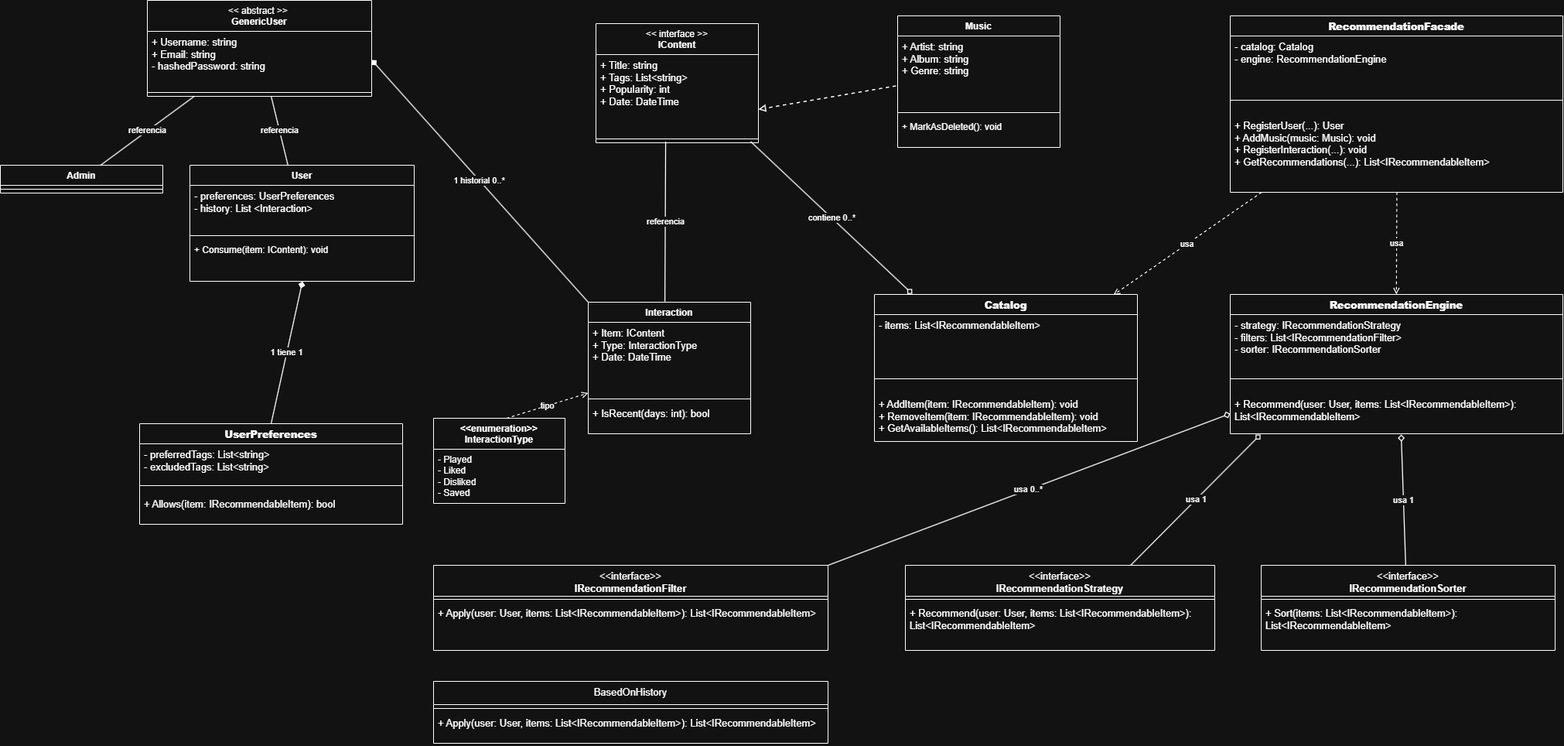
The draw.io diagram doc/UML.png in RodrigoQuincke/PII_Proyecto_2026_1, before a commit. Source tidied: cells renumbered, new cells last; positions are measured from the earlier drawing's top-left corner, leaving out a move shared by most shapes.
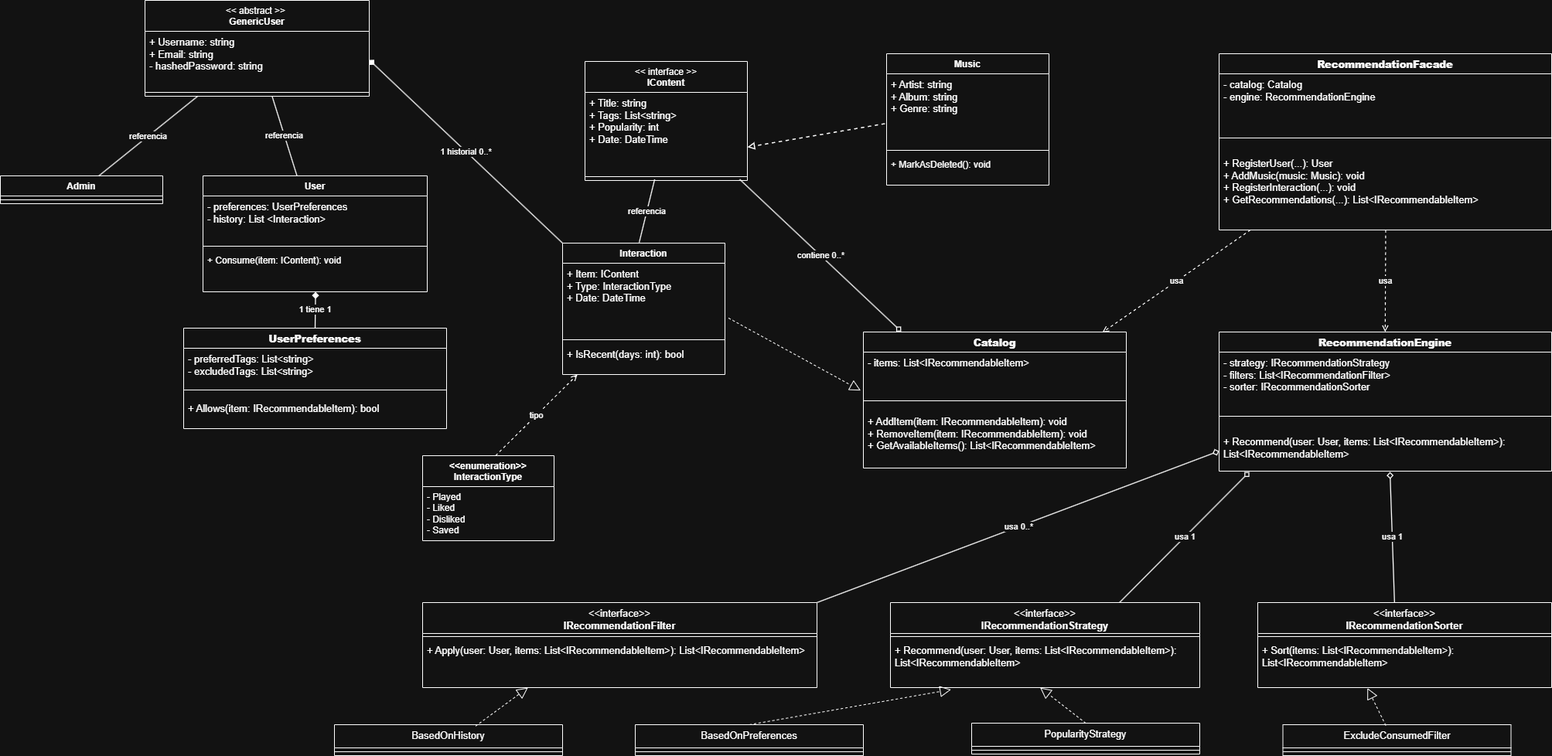
Later version of the same file.

Commit message:
se moficaron unas clases y el uml

Diff of the diagram source:
```diff
@@ -57,7 +57,7 @@
       <mxGeometry y="48" width="510" height="62" as="geometry" />
     </mxCell>
     <mxCell id="18" value="&lt;div style=&quot;font-size: 13px; font-weight: 400;&quot;&gt;&lt;div&gt;&amp;lt;&amp;lt;interface&amp;gt;&amp;gt;&lt;/div&gt;&lt;div&gt;&lt;b&gt;IRecommendationStrategy&lt;/b&gt;&lt;/div&gt;&lt;div&gt;&lt;b&gt;&lt;br&gt;&lt;/b&gt;&lt;/div&gt;&lt;/div&gt;" style="swimlane;fontStyle=1;align=center;verticalAlign=top;horizontal=1;startSize=40;whiteSpace=wrap;html=1;" parent="1" vertex="1">
-      <mxGeometry x="1170" y="730" width="400" height="110" as="geometry" />
+      <mxGeometry x="1165" y="730" width="400" height="110" as="geometry" />
     </mxCell>
     <mxCell id="19" style="line;strokeWidth=1;fillColor=none;align=left;verticalAlign=middle;spacingTop=-1;spacingLeft=3;spacingRight=3;labelPosition=right;strokeColor=inherit;" parent="18" vertex="1">
       <mxGeometry y="40" width="400" height="8" as="geometry" />
@@ -66,7 +66,7 @@
       <mxGeometry y="48" width="400" height="62" as="geometry" />
     </mxCell>
     <mxCell id="21" value="&lt;div style=&quot;font-size: 13px; font-weight: 400;&quot;&gt;&lt;div&gt;&lt;div&gt;&amp;lt;&amp;lt;interface&amp;gt;&amp;gt;&lt;/div&gt;&lt;div&gt;&lt;b&gt;IRecommendationSorter&lt;/b&gt;&lt;/div&gt;&lt;/div&gt;&lt;/div&gt;" style="swimlane;fontStyle=1;align=center;verticalAlign=top;horizontal=1;startSize=40;whiteSpace=wrap;html=1;" parent="1" vertex="1">
-      <mxGeometry x="1630" y="730" width="380" height="110" as="geometry" />
+      <mxGeometry x="1640" y="730" width="380" height="110" as="geometry" />
     </mxCell>
     <mxCell id="22" style="line;strokeWidth=1;fillColor=none;align=left;verticalAlign=middle;spacingTop=-1;spacingLeft=3;spacingRight=3;labelPosition=right;strokeColor=inherit;" parent="21" vertex="1">
       <mxGeometry y="40" width="380" height="8" as="geometry" />
@@ -111,19 +111,19 @@
       <mxGeometry y="130" width="210" height="40" as="geometry" />
     </mxCell>
     <mxCell id="36" value="&lt;b style=&quot;font-size: 13px;&quot;&gt;Catalog&lt;/b&gt;" style="swimlane;fontStyle=1;align=center;verticalAlign=top;horizontal=1;startSize=26;whiteSpace=wrap;html=1;" parent="1" vertex="1">
-      <mxGeometry x="1130" y="380" width="340" height="190" as="geometry" />
+      <mxGeometry x="1130" y="380" width="340" height="176" as="geometry" />
     </mxCell>
     <mxCell id="37" value="&lt;span style=&quot;font-size: 13px;&quot;&gt;- items: List&amp;lt;IRecommendableItem&amp;gt;&lt;/span&gt;" style="text;strokeColor=none;fillColor=none;align=left;verticalAlign=top;spacingLeft=4;spacingRight=4;overflow=hidden;points=[[0,0.5],[1,0.5]];portConstraint=eastwest;whiteSpace=wrap;html=1;" parent="36" vertex="1">
-      <mxGeometry y="26" width="340" height="64" as="geometry" />
+      <mxGeometry y="26" width="340" height="50" as="geometry" />
     </mxCell>
     <mxCell id="38" style="line;strokeWidth=1;fillColor=none;align=left;verticalAlign=middle;spacingTop=-1;spacingLeft=3;spacingRight=3;labelPosition=right;strokeColor=inherit;" parent="36" vertex="1">
-      <mxGeometry y="90" width="340" height="38" as="geometry" />
+      <mxGeometry y="76" width="340" height="26" as="geometry" />
     </mxCell>
     <mxCell id="39" value="&lt;span style=&quot;font-size: 13px;&quot;&gt;+ AddItem(item: IRecommendableItem): void&lt;/span&gt;&lt;br style=&quot;font-size: 13px;&quot;&gt;&lt;span style=&quot;font-size: 13px;&quot;&gt;+ RemoveItem(item: IRecommendableItem): void&lt;/span&gt;&lt;br style=&quot;font-size: 13px;&quot;&gt;&lt;span style=&quot;font-size: 13px;&quot;&gt;+ GetAvailableItems(): List&amp;lt;IRecommendableItem&amp;gt;&lt;/span&gt;" style="text;strokeColor=none;fillColor=none;align=left;verticalAlign=top;spacingLeft=4;spacingRight=4;overflow=hidden;whiteSpace=wrap;html=1;" parent="36" vertex="1">
-      <mxGeometry y="128" width="340" height="62" as="geometry" />
+      <mxGeometry y="102" width="340" height="74" as="geometry" />
     </mxCell>
     <mxCell id="40" value="Interaction" style="swimlane;fontStyle=1;align=center;verticalAlign=top;horizontal=1;startSize=26;whiteSpace=wrap;html=1;" parent="1" vertex="1">
-      <mxGeometry x="760" y="390" width="210" height="170" as="geometry" />
+      <mxGeometry x="741" y="265" width="210" height="170" as="geometry" />
     </mxCell>
     <mxCell id="41" value="&lt;span style=&quot;font-size: 13px;&quot;&gt;+ Item: IContent&lt;/span&gt;&lt;div&gt;&lt;span style=&quot;font-size: 13px;&quot;&gt;+ Type: InteractionType&lt;/span&gt;&lt;/div&gt;&lt;div&gt;&lt;span style=&quot;font-size: 13px;&quot;&gt;+ Date: DateTime&lt;/span&gt;&lt;/div&gt;" style="text;strokeColor=none;fillColor=none;align=left;verticalAlign=top;spacingLeft=4;spacingRight=4;overflow=hidden;points=[[0,0.5],[1,0.5]];portConstraint=eastwest;whiteSpace=wrap;html=1;" parent="40" vertex="1">
       <mxGeometry y="26" width="210" height="94" as="geometry" />
@@ -135,7 +135,7 @@
       <mxGeometry y="130" width="210" height="40" as="geometry" />
     </mxCell>
     <mxCell id="44" value="&lt;b style=&quot;font-size: 13px;&quot;&gt;UserPreferences&lt;/b&gt;" style="swimlane;fontStyle=1;align=center;verticalAlign=top;horizontal=1;startSize=26;whiteSpace=wrap;html=1;" parent="1" vertex="1">
-      <mxGeometry x="180" y="547" width="340" height="130" as="geometry" />
+      <mxGeometry x="251" y="375" width="340" height="130" as="geometry" />
     </mxCell>
     <mxCell id="45" value="&lt;span style=&quot;font-size: 13px;&quot;&gt;- preferredTags: List&amp;lt;string&amp;gt;&lt;/span&gt;&lt;br style=&quot;font-size: 13px;&quot;&gt;&lt;span style=&quot;font-size: 13px;&quot;&gt;- excludedTags: List&amp;lt;string&amp;gt;&lt;/span&gt;" style="text;strokeColor=none;fillColor=none;align=left;verticalAlign=top;spacingLeft=4;spacingRight=4;overflow=hidden;whiteSpace=wrap;html=1;" parent="44" vertex="1">
       <mxGeometry y="26" width="340" height="44" as="geometry" />
@@ -147,7 +147,7 @@
       <mxGeometry y="90" width="340" height="40" as="geometry" />
     </mxCell>
     <mxCell id="48" value="User" style="swimlane;fontStyle=1;align=center;verticalAlign=top;horizontal=1;startSize=26;whiteSpace=wrap;html=1;" parent="1" vertex="1">
-      <mxGeometry x="245" y="213" width="290" height="150" as="geometry" />
+      <mxGeometry x="276" y="178" width="290" height="150" as="geometry" />
     </mxCell>
     <mxCell id="49" value="&lt;span style=&quot;font-size: 13px;&quot;&gt;- preferences: UserPreferences&lt;/span&gt;&lt;br style=&quot;font-size: 13px;&quot;&gt;&lt;span style=&quot;font-size: 13px;&quot;&gt;- history: List &amp;lt;Interaction&amp;gt;&lt;/span&gt;" style="text;strokeColor=none;fillColor=none;align=left;verticalAlign=top;spacingLeft=4;spacingRight=4;overflow=hidden;whiteSpace=wrap;html=1;" parent="48" vertex="1">
       <mxGeometry y="26" width="290" height="60" as="geometry" />
@@ -159,7 +159,7 @@
       <mxGeometry y="96" width="290" height="54" as="geometry" />
     </mxCell>
     <mxCell id="52" value="&lt;span style=&quot;font-weight: normal;&quot;&gt;&amp;lt;&amp;lt; abstract &amp;gt;&amp;gt;&amp;nbsp;&lt;/span&gt;&lt;div&gt;GenericUser&lt;/div&gt;" style="swimlane;fontStyle=1;align=center;verticalAlign=top;horizontal=1;startSize=40;whiteSpace=wrap;html=1;" parent="1" vertex="1">
-      <mxGeometry x="190" width="290" height="124" as="geometry" />
+      <mxGeometry x="201" y="-49" width="290" height="124" as="geometry" />
     </mxCell>
     <mxCell id="53" value="&lt;span style=&quot;font-size: 13px;&quot;&gt;+ Username: string&lt;/span&gt;&lt;br style=&quot;font-size: 13px;&quot;&gt;&lt;span style=&quot;font-size: 13px;&quot;&gt;+ Email: string&lt;/span&gt;&lt;div&gt;&lt;span style=&quot;font-size: 13px;&quot;&gt;- hashedPassword: string&lt;/span&gt;&lt;/div&gt;" style="text;strokeColor=none;fillColor=none;align=left;verticalAlign=top;spacingLeft=4;spacingRight=4;overflow=hidden;points=[[0,0.5],[1,0.5]];portConstraint=eastwest;whiteSpace=wrap;html=1;" parent="52" vertex="1">
       <mxGeometry y="40" width="290" height="74" as="geometry" />
@@ -168,7 +168,7 @@
       <mxGeometry y="114" width="290" height="10" as="geometry" />
     </mxCell>
     <mxCell id="55" value="Admin" style="swimlane;fontStyle=1;align=center;verticalAlign=top;horizontal=1;startSize=26;whiteSpace=wrap;html=1;" parent="1" vertex="1">
-      <mxGeometry y="213" width="210" height="36" as="geometry" />
+      <mxGeometry x="14" y="178" width="210" height="36" as="geometry" />
     </mxCell>
     <mxCell id="56" style="line;strokeWidth=1;fillColor=none;align=left;verticalAlign=middle;spacingTop=-1;spacingLeft=3;spacingRight=3;labelPosition=right;strokeColor=inherit;" parent="55" vertex="1">
       <mxGeometry y="26" width="210" height="10" as="geometry" />
@@ -180,14 +180,11 @@
       <mxGeometry y="40" width="170" height="70" as="geometry" />
     </mxCell>
     <mxCell id="59" value="&lt;div style=&quot;font-size: 13px; font-weight: 400;&quot;&gt;BasedOnHistory&lt;/div&gt;" style="swimlane;fontStyle=1;align=center;verticalAlign=top;horizontal=1;startSize=30;whiteSpace=wrap;html=1;" parent="1" vertex="1">
-      <mxGeometry x="560" y="880" width="510" height="80" as="geometry" />
+      <mxGeometry x="446" y="888" width="295" height="40" as="geometry" />
     </mxCell>
     <mxCell id="60" style="line;strokeWidth=1;fillColor=none;align=left;verticalAlign=middle;spacingTop=-1;spacingLeft=3;spacingRight=3;labelPosition=right;strokeColor=inherit;" parent="59" vertex="1">
-      <mxGeometry y="30" width="510" height="10" as="geometry" />
+      <mxGeometry y="30" width="295" height="10" as="geometry" />
     </mxCell>
-    <mxCell id="61" value="&lt;span style=&quot;font-size: 13px;&quot;&gt;+ Apply(user: User, items: List&amp;lt;IRecommendableItem&amp;gt;): List&amp;lt;IRecommendableItem&amp;gt;&lt;/span&gt;" style="text;strokeColor=none;fillColor=none;align=left;verticalAlign=top;spacingLeft=4;spacingRight=4;overflow=hidden;whiteSpace=wrap;html=1;" parent="59" vertex="1">
-      <mxGeometry y="40" width="510" height="40" as="geometry" />
-    </mxCell>
     <mxCell id="62" value="tipo" style="endArrow=open;html=1;rounded=0;dashed=1;strokeWidth=1.2;exitX=0.555;exitY=0;exitDx=0;exitDy=0;exitPerimeter=0;" parent="1" edge="1" source="57" target="40">
       <mxGeometry relative="1" as="geometry" />
     </mxCell>
@@ -197,5 +194,38 @@
     <mxCell id="64" value="referencia" style="endArrow=none;html=1;rounded=0;strokeWidth=1.3;" parent="1" edge="1" source="55" target="52">
       <mxGeometry relative="1" as="geometry" />
     </mxCell>
+    <mxCell id="65" style="endArrow=block;dashed=1;endFill=0;endSize=12;html=1;rounded=0;exitX=1.022;exitY=0.755;exitDx=0;exitDy=0;exitPerimeter=0;entryX=-0.01;entryY=0.994;entryDx=0;entryDy=0;entryPerimeter=0;" parent="1" edge="1" source="41" target="37">
+      <mxGeometry relative="1" as="geometry" />
+    </mxCell>
+    <mxCell id="66" style="endArrow=block;dashed=1;endFill=0;endSize=12;html=1;rounded=0;entryX=0.267;entryY=1.002;entryDx=0;entryDy=0;entryPerimeter=0;exitX=0.619;exitY=0.044;exitDx=0;exitDy=0;exitPerimeter=0;" parent="1" edge="1" source="59" target="17">
+      <mxGeometry relative="1" as="geometry" />
+    </mxCell>
+    <mxCell id="67" value="&lt;div style=&quot;font-size: 13px; font-weight: 400;&quot;&gt;BasedOnPreferences&lt;/div&gt;" style="swimlane;fontStyle=1;align=center;verticalAlign=top;horizontal=1;startSize=30;whiteSpace=wrap;html=1;" parent="1" vertex="1">
+      <mxGeometry x="835" y="888" width="295" height="40" as="geometry" />
+    </mxCell>
+    <mxCell id="68" style="line;strokeWidth=1;fillColor=none;align=left;verticalAlign=middle;spacingTop=-1;spacingLeft=3;spacingRight=3;labelPosition=right;strokeColor=inherit;" parent="67" vertex="1">
+      <mxGeometry y="30" width="295" height="10" as="geometry" />
+    </mxCell>
+    <mxCell id="69" style="endArrow=block;dashed=1;endFill=0;endSize=12;html=1;rounded=0;exitX=0.5;exitY=0;exitDx=0;exitDy=0;entryX=0.196;entryY=1.042;entryDx=0;entryDy=0;entryPerimeter=0;" parent="1" edge="1" source="67" target="20">
+      <mxGeometry relative="1" as="geometry" />
+    </mxCell>
+    <mxCell id="70" value="&lt;div style=&quot;font-size: 13px; font-weight: 400;&quot;&gt;PopularityStrategy&lt;/div&gt;" style="swimlane;fontStyle=1;align=center;verticalAlign=top;horizontal=1;startSize=30;whiteSpace=wrap;html=1;" parent="1" vertex="1">
+      <mxGeometry x="1270" y="886" width="295" height="40" as="geometry" />
+    </mxCell>
+    <mxCell id="71" style="line;strokeWidth=1;fillColor=none;align=left;verticalAlign=middle;spacingTop=-1;spacingLeft=3;spacingRight=3;labelPosition=right;strokeColor=inherit;" parent="70" vertex="1">
+      <mxGeometry y="30" width="295" height="10" as="geometry" />
+    </mxCell>
+    <mxCell id="72" style="endArrow=block;dashed=1;endFill=0;endSize=12;html=1;rounded=0;entryX=0.484;entryY=1.001;entryDx=0;entryDy=0;entryPerimeter=0;exitX=0.5;exitY=0;exitDx=0;exitDy=0;" parent="1" edge="1" source="70" target="20">
+      <mxGeometry relative="1" as="geometry" />
+    </mxCell>
+    <mxCell id="73" value="&lt;div style=&quot;font-size: 13px; font-weight: 400;&quot;&gt;ExcludeConsumedFilter&lt;/div&gt;" style="swimlane;fontStyle=1;align=center;verticalAlign=top;horizontal=1;startSize=30;whiteSpace=wrap;html=1;" parent="1" vertex="1">
+      <mxGeometry x="1672.5" y="888" width="295" height="40" as="geometry" />
+    </mxCell>
+    <mxCell id="74" style="line;strokeWidth=1;fillColor=none;align=left;verticalAlign=middle;spacingTop=-1;spacingLeft=3;spacingRight=3;labelPosition=right;strokeColor=inherit;" parent="73" vertex="1">
+      <mxGeometry y="30" width="295" height="10" as="geometry" />
+    </mxCell>
+    <mxCell id="75" style="endArrow=block;dashed=1;endFill=0;endSize=12;html=1;rounded=0;exitX=0.451;exitY=0.025;exitDx=0;exitDy=0;exitPerimeter=0;entryX=0.373;entryY=1.009;entryDx=0;entryDy=0;entryPerimeter=0;" parent="1" edge="1" source="73" target="23">
+      <mxGeometry relative="1" as="geometry" />
+    </mxCell>
   </root>
 </mxGraphModel>
```
